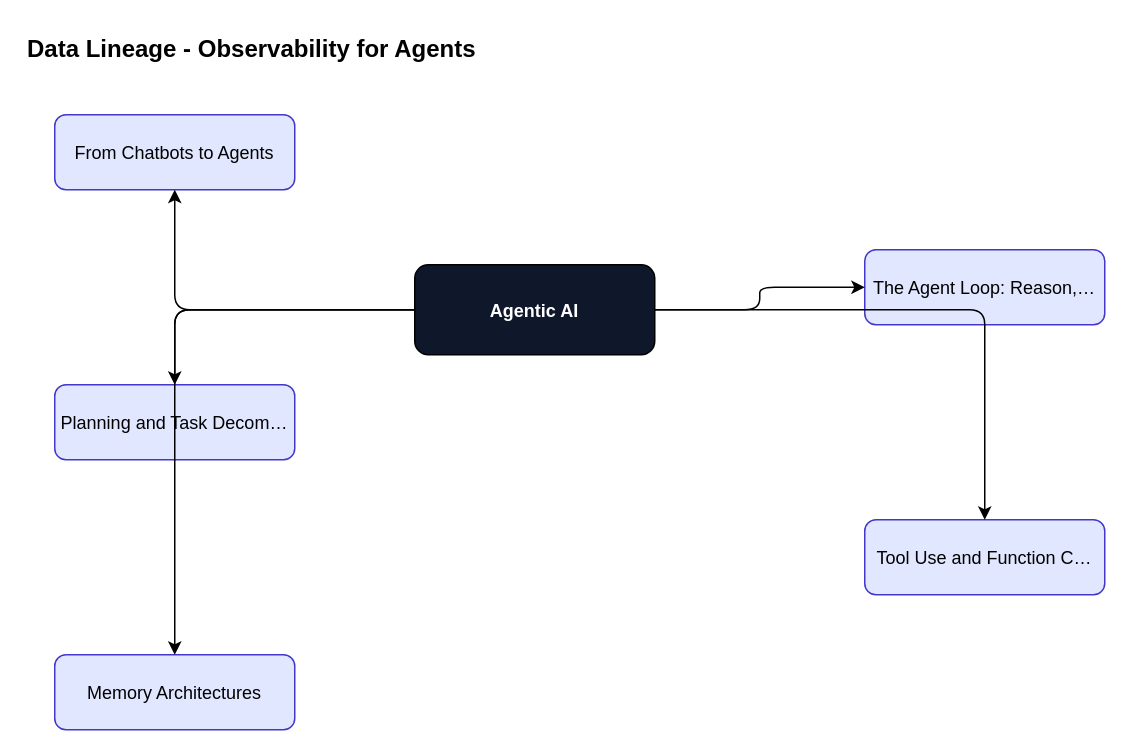
Above: content/agentic-ai/agentic-ai-foundations/diagrams/fig-018-data-lineage.drawio in ankit05121980/AI-University (draw.io), before the change. Source tidied: cells renumbered, new cells numbered last; positions are measured from the earlier drawing's top-left corner, leaving out a move shared by most shapes. Both pictures are drawn from the tidied source at 150%, with x=0, y=0 at pixel (24, 24).
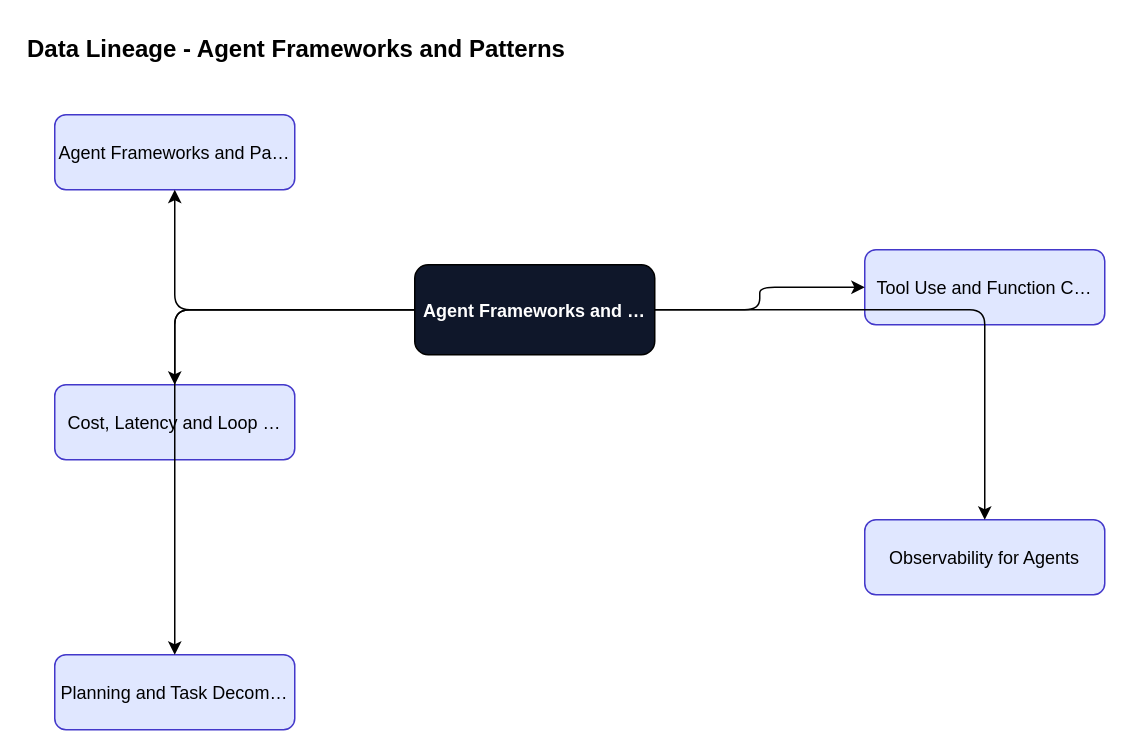
Above is the later version.

Change to the diagram source:
```diff
@@
 <mxGraphModel>
   <root>
     <mxCell id="0" />
     <mxCell id="1" parent="0" />
-    <mxCell id="2" value="Data Lineage - Observability for Agents" style="text;fontSize=16;fontStyle=1;" parent="1" vertex="1">
+    <mxCell id="2" value="Data Lineage - Agent Frameworks and Patterns" style="text;fontSize=16;fontStyle=1;" parent="1" vertex="1">
       <mxGeometry width="600" height="30" as="geometry" />
     </mxCell>
-    <mxCell id="3" value="Agentic AI" style="rounded=1;fillColor=#0f172a;fontColor=#ffffff;fontStyle=1;" parent="1" vertex="1">
+    <mxCell id="3" value="Agent Frameworks and …" style="rounded=1;fillColor=#0f172a;fontColor=#ffffff;fontStyle=1;" parent="1" vertex="1">
       <mxGeometry x="260" y="160" width="160" height="60" as="geometry" />
     </mxCell>
-    <mxCell id="4" value="From Chatbots to Agents" style="rounded=1;fillColor=#e0e7ff;strokeColor=#4338ca;" parent="1" vertex="1">
+    <mxCell id="4" value="Agent Frameworks and Pa…" style="rounded=1;fillColor=#e0e7ff;strokeColor=#4338ca;" parent="1" vertex="1">
       <mxGeometry x="20" y="60" width="160" height="50" as="geometry" />
     </mxCell>
     <mxCell id="5" style="edgeStyle=orthogonalEdgeStyle;" parent="1" edge="1" source="3" target="4">
       <mxGeometry relative="1" as="geometry" />
     </mxCell>
-    <mxCell id="6" value="The Agent Loop: Reason,…" style="rounded=1;fillColor=#e0e7ff;strokeColor=#4338ca;" parent="1" vertex="1">
+    <mxCell id="6" value="Tool Use and Function C…" style="rounded=1;fillColor=#e0e7ff;strokeColor=#4338ca;" parent="1" vertex="1">
       <mxGeometry x="560" y="150" width="160" height="50" as="geometry" />
     </mxCell>
     <mxCell id="7" style="edgeStyle=orthogonalEdgeStyle;" parent="1" edge="1" source="3" target="6">
       <mxGeometry relative="1" as="geometry" />
     </mxCell>
-    <mxCell id="8" value="Planning and Task Decom…" style="rounded=1;fillColor=#e0e7ff;strokeColor=#4338ca;" parent="1" vertex="1">
+    <mxCell id="8" value="Cost, Latency and Loop …" style="rounded=1;fillColor=#e0e7ff;strokeColor=#4338ca;" parent="1" vertex="1">
       <mxGeometry x="20" y="240" width="160" height="50" as="geometry" />
     </mxCell>
     <mxCell id="9" style="edgeStyle=orthogonalEdgeStyle;" parent="1" edge="1" source="3" target="8">
       <mxGeometry relative="1" as="geometry" />
     </mxCell>
-    <mxCell id="10" value="Tool Use and Function C…" style="rounded=1;fillColor=#e0e7ff;strokeColor=#4338ca;" parent="1" vertex="1">
+    <mxCell id="10" value="Observability for Agents" style="rounded=1;fillColor=#e0e7ff;strokeColor=#4338ca;" parent="1" vertex="1">
       <mxGeometry x="560" y="330" width="160" height="50" as="geometry" />
     </mxCell>
     <mxCell id="11" style="edgeStyle=orthogonalEdgeStyle;" parent="1" edge="1" source="3" target="10">
       <mxGeometry relative="1" as="geometry" />
     </mxCell>
-    <mxCell id="12" value="Memory Architectures" style="rounded=1;fillColor=#e0e7ff;strokeColor=#4338ca;" parent="1" vertex="1">
+    <mxCell id="12" value="Planning and Task Decom…" style="rounded=1;fillColor=#e0e7ff;strokeColor=#4338ca;" parent="1" vertex="1">
       <mxGeometry x="20" y="420" width="160" height="50" as="geometry" />
     </mxCell>
     <mxCell id="13" style="edgeStyle=orthogonalEdgeStyle;" parent="1" edge="1" source="3" target="12">
       <mxGeometry relative="1" as="geometry" />
     </mxCell>
   </root>
 </mxGraphModel>
```
